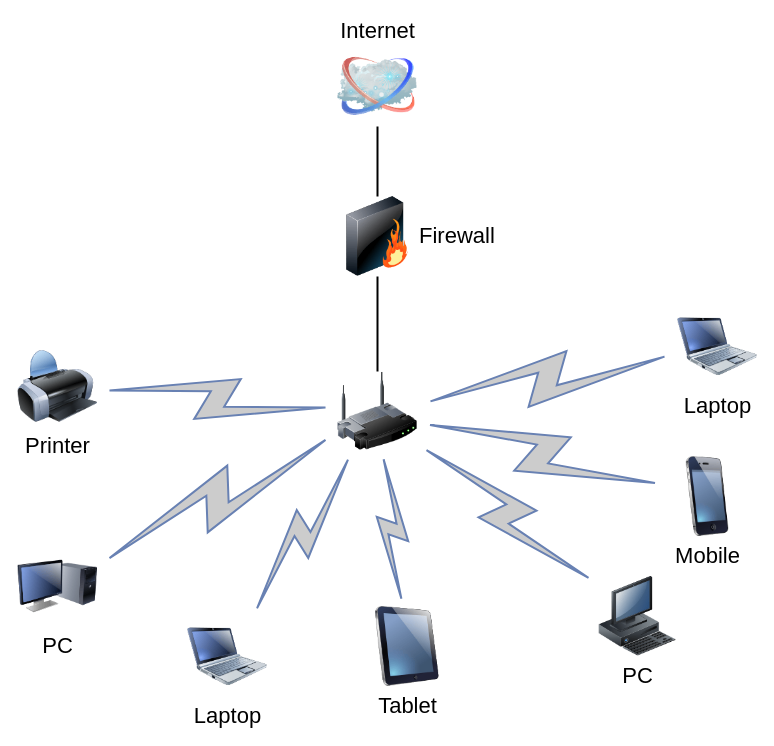
The draw.io diagram Untitled Diagram.drawio in ronaldos21/AccessControlDiagramHW, before the edit. Source tidied: cells renumbered, new cells numbered last; positions are measured from the earlier drawing's top-left corner, leaving out a move shared by most shapes. Both pictures are drawn from the tidied source at 100%, with x=0, y=0 at pixel (17, 46).
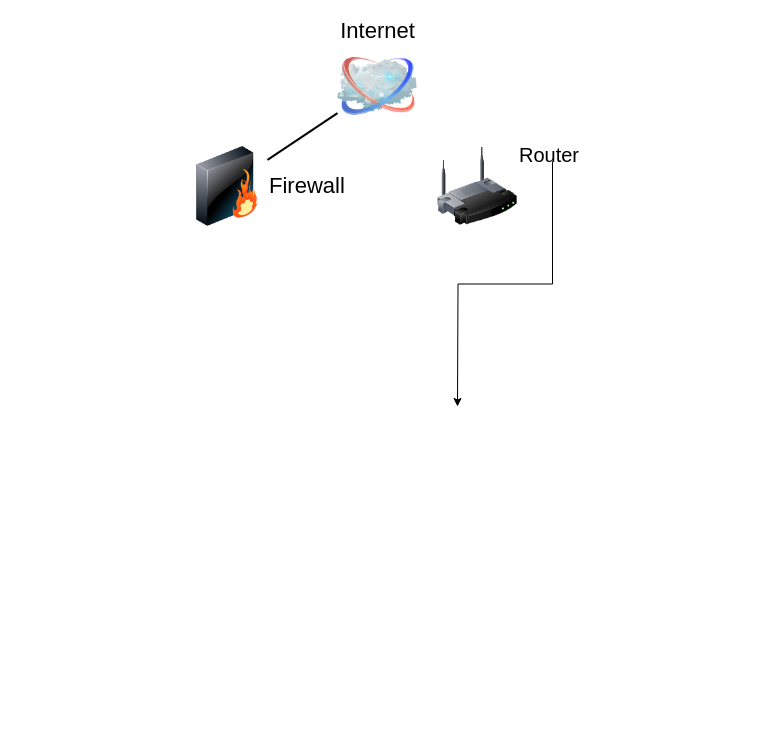
The same page after the edit.

The edit, as a diff of the source:
```diff
@@
-    <mxCell id="2" style="edgeStyle=none;rounded=0;html=1;labelBackgroundColor=none;endArrow=none;strokeWidth=2;fontFamily=Verdana;fontSize=22;" parent="1" edge="1" source="3" target="6">
-      <mxGeometry relative="1" as="geometry" />
-    </mxCell>
     <mxCell id="3" style="image;html=1;labelBackgroundColor=#ffffff;image=img/lib/clip_art/networking/Wireless_Router_128x128.png;rounded=1;shadow=0;comic=0;strokeWidth=2;fontSize=22;" parent="1" vertex="1">
-      <mxGeometry x="320" y="325" width="80" height="80" as="geometry" />
+      <mxGeometry x="420" y="100" width="80" height="80" as="geometry" />
     </mxCell>
@@
     <mxCell id="6" value="Firewall" style="image;html=1;labelBackgroundColor=#ffffff;image=img/lib/clip_art/networking/Firewall_128x128.png;rounded=1;shadow=0;comic=0;strokeWidth=2;fontSize=22;labelPosition=right;verticalLabelPosition=middle;align=left;verticalAlign=middle;" parent="1" vertex="1">
-      <mxGeometry x="320" y="150" width="80" height="80" as="geometry" />
+      <mxGeometry x="170" y="100" width="80" height="80" as="geometry" />
     </mxCell>
-    <mxCell id="7" value="Tablet" style="image;html=1;labelBackgroundColor=#ffffff;image=img/lib/clip_art/computers/iPad_128x128.png;rounded=1;shadow=0;comic=0;strokeWidth=2;fontSize=22;" parent="1" vertex="1">
-      <mxGeometry x="350" y="560" width="80" height="80" as="geometry" />
-    </mxCell>
-    <mxCell id="8" value="PC" style="image;html=1;labelBackgroundColor=#ffffff;image=img/lib/clip_art/computers/Monitor_Tower_128x128.png;rounded=1;shadow=0;comic=0;strokeWidth=2;fontSize=22;" parent="1" vertex="1">
-      <mxGeometry y="500" width="80" height="80" as="geometry" />
-    </mxCell>
-    <mxCell id="9" value="Printer" style="image;html=1;labelBackgroundColor=#ffffff;image=img/lib/clip_art/computers/Printer_128x128.png;rounded=1;shadow=0;comic=0;strokeWidth=2;fontSize=22;" parent="1" vertex="1">
-      <mxGeometry y="300" width="80" height="80" as="geometry" />
-    </mxCell>
-    <mxCell id="10" value="PC" style="image;html=1;labelBackgroundColor=#ffffff;image=img/lib/clip_art/computers/Workstation_128x128.png;rounded=1;shadow=0;comic=0;strokeWidth=2;fontSize=22;" parent="1" vertex="1">
-      <mxGeometry x="580" y="530" width="80" height="80" as="geometry" />
-    </mxCell>
-    <mxCell id="11" value="Mobile" style="image;html=1;labelBackgroundColor=#ffffff;image=img/lib/clip_art/telecommunication/iPhone_128x128.png;rounded=1;shadow=0;comic=0;strokeWidth=2;fontSize=22;" parent="1" vertex="1">
-      <mxGeometry x="650" y="410" width="80" height="80" as="geometry" />
-    </mxCell>
-    <mxCell id="12" value="Laptop" style="image;html=1;labelBackgroundColor=#ffffff;image=img/lib/clip_art/computers/Netbook_128x128.png;rounded=1;shadow=0;comic=0;strokeColor=#000000;strokeWidth=2;fillColor=#FFFFFF;fontSize=22;fontColor=#000000;" parent="1" vertex="1">
-      <mxGeometry x="660" y="260" width="80" height="80" as="geometry" />
-    </mxCell>
-    <mxCell id="13" value="Laptop" style="image;html=1;labelBackgroundColor=#ffffff;image=img/lib/clip_art/computers/Netbook_128x128.png;rounded=1;shadow=0;comic=0;strokeWidth=2;fontSize=22;" parent="1" vertex="1">
-      <mxGeometry x="170" y="570" width="80" height="80" as="geometry" />
-    </mxCell>
-    <mxCell id="14" style="html=1;fillColor=#CCCCCC;strokeColor=#6881B3;gradientColor=none;gradientDirection=north;strokeWidth=2;shape=mxgraph.networks.comm_link_edge;html=1;labelBackgroundColor=none;endArrow=none;fontFamily=Verdana;fontSize=22;fontColor=#000000;" parent="1" edge="1" source="9" target="3">
-      <mxGeometry relative="1" as="geometry" />
-    </mxCell>
-    <mxCell id="15" style="html=1;fillColor=#CCCCCC;strokeColor=#6881B3;gradientColor=none;gradientDirection=north;strokeWidth=2;shape=mxgraph.networks.comm_link_edge;html=1;labelBackgroundColor=none;endArrow=none;fontFamily=Verdana;fontSize=22;fontColor=#000000;fontStyle=1;" parent="1" edge="1" source="8" target="3">
-      <mxGeometry relative="1" as="geometry" />
-    </mxCell>
-    <mxCell id="16" style="html=1;fillColor=#CCCCCC;strokeColor=#6881B3;gradientColor=none;gradientDirection=north;strokeWidth=2;shape=mxgraph.networks.comm_link_edge;html=1;labelBackgroundColor=none;endArrow=none;fontFamily=Verdana;fontSize=22;fontColor=#000000;" parent="1" edge="1" source="13" target="3">
-      <mxGeometry relative="1" as="geometry" />
-    </mxCell>
-    <mxCell id="17" style="html=1;fillColor=#CCCCCC;strokeColor=#6881B3;gradientColor=none;gradientDirection=north;strokeWidth=2;shape=mxgraph.networks.comm_link_edge;html=1;labelBackgroundColor=none;endArrow=none;fontFamily=Verdana;fontSize=22;fontColor=#000000;" parent="1" edge="1" source="7" target="3">
-      <mxGeometry relative="1" as="geometry" />
-    </mxCell>
-    <mxCell id="18" style="html=1;fillColor=#CCCCCC;strokeColor=#6881B3;gradientColor=none;gradientDirection=north;strokeWidth=2;shape=mxgraph.networks.comm_link_edge;html=1;labelBackgroundColor=none;endArrow=none;fontFamily=Verdana;fontSize=22;fontColor=#000000;" parent="1" edge="1" source="10" target="3">
-      <mxGeometry relative="1" as="geometry" />
-    </mxCell>
-    <mxCell id="19" style="html=1;fillColor=#CCCCCC;strokeColor=#6881B3;gradientColor=none;gradientDirection=north;strokeWidth=2;shape=mxgraph.networks.comm_link_edge;html=1;labelBackgroundColor=none;endArrow=none;fontFamily=Verdana;fontSize=22;fontColor=#000000;" parent="1" edge="1" source="11" target="3">
-      <mxGeometry relative="1" as="geometry" />
-    </mxCell>
-    <mxCell id="20" style="html=1;fillColor=#CCCCCC;strokeColor=#6881B3;gradientColor=none;gradientDirection=north;strokeWidth=2;shape=mxgraph.networks.comm_link_edge;html=1;labelBackgroundColor=none;endArrow=none;fontFamily=Verdana;fontSize=22;fontColor=#000000;" parent="1" edge="1" source="12" target="3">
-      <mxGeometry relative="1" as="geometry" />
-    </mxCell>
+    <mxCell id="21" value="&lt;h1 style=&quot;&quot;&gt;&lt;span style=&quot;font-weight: normal;&quot;&gt;&lt;font style=&quot;font-size: 20px;&quot;&gt;Router&lt;/font&gt;&lt;/span&gt;&lt;/h1&gt;" style="text;html=1;strokeColor=none;fillColor=none;align=left;verticalAlign=middle;whiteSpace=wrap;rounded=0;fontFamily=Helvetica;fontSize=18;" parent="1" vertex="1">
+      <mxGeometry x="500" y="90" width="70" height="25" as="geometry" />
+    </mxCell>
+    <mxCell id="22" style="edgeStyle=orthogonalEdgeStyle;rounded=0;jettySize=auto;html=1;exitX=0.5;exitY=1;exitDx=0;exitDy=0;" parent="1" edge="1" source="21">
+      <mxGeometry relative="1" as="geometry">
+        <mxPoint x="440" y="360" as="targetPoint" />
+      </mxGeometry>
+    </mxCell>
```
